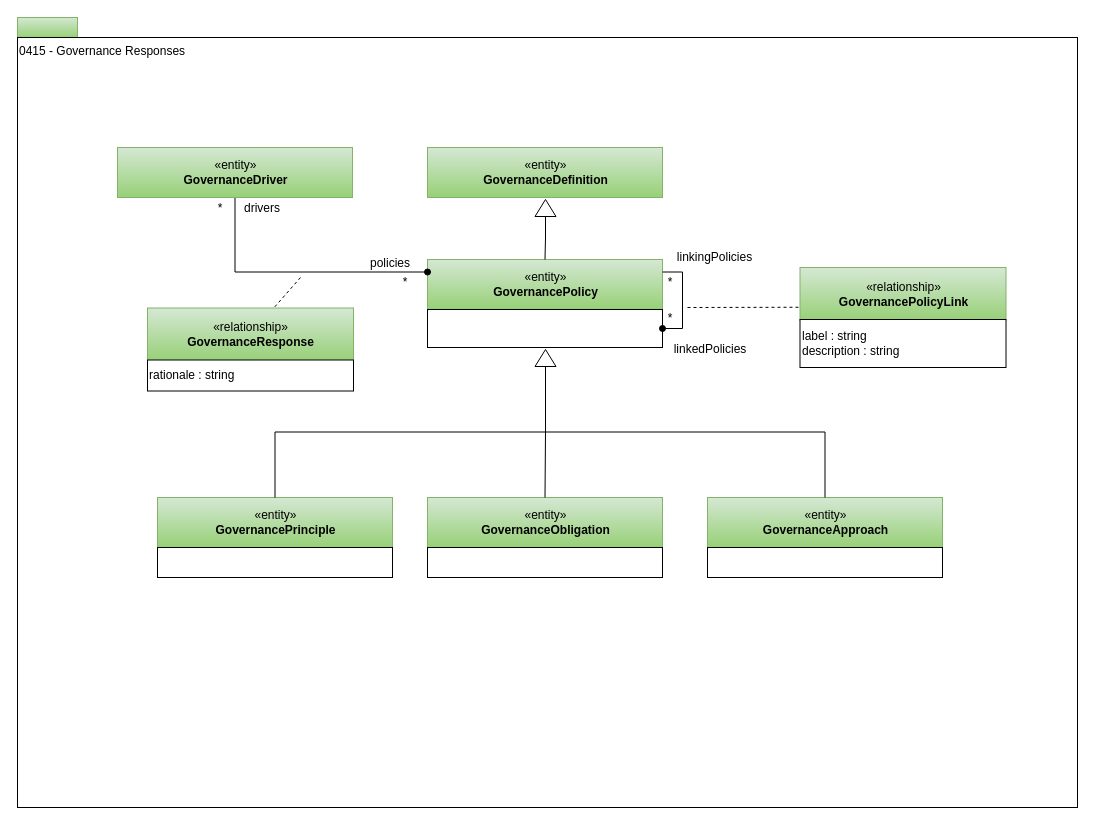
This is page "0415-Governance-Responses" (4 of 31) of site/docs/types/4/area-4-governance.drawio from odpi/egeria-docs, a draw.io file, before an edit. Source tidied: cells renumbered, new cells numbered last; positions are measured from the earlier drawing's top-left corner, leaving out a move shared by most shapes. Both pictures are drawn from the tidied source at 100%, with x=0, y=0 at pixel (17, 17).
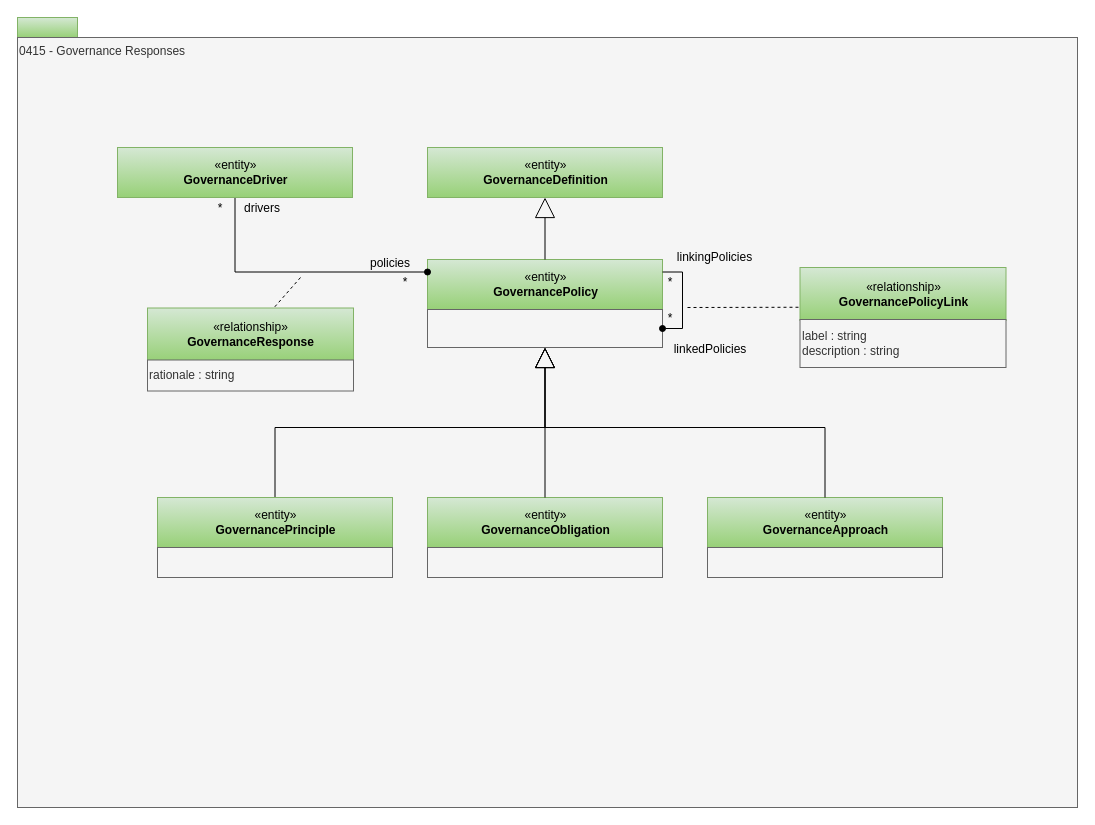
After the change.

Unchanged cells that the change refers to:
```xml
<mxCell id="4" value="«entity»&lt;br&gt;&lt;b&gt;GovernancePolicy&lt;/b&gt;" style="html=1;strokeColor=#82b366;align=center;fillColor=#d5e8d4;gradientColor=#97d077;" parent="1" vertex="1">
  <mxGeometry x="410" y="242" width="235" height="50" as="geometry" />
</mxCell>
<mxCell id="8" value="«entity»&lt;br&gt;&lt;b&gt;GovernancePrinciple&lt;/b&gt;" style="html=1;strokeColor=#82b366;align=center;fillColor=#d5e8d4;gradientColor=#97d077;" parent="1" vertex="1">
  <mxGeometry x="140" y="480" width="235" height="50" as="geometry" />
</mxCell>
<mxCell id="12" value="«entity»&lt;br&gt;&lt;b&gt;GovernanceDefinition&lt;/b&gt;" style="html=1;strokeColor=#82b366;align=center;fillColor=#d5e8d4;gradientColor=#97d077;" parent="1" vertex="1">
  <mxGeometry x="410" y="130" width="235" height="50" as="geometry" />
</mxCell>
<mxCell id="13" value="«entity»&lt;br&gt;&lt;b&gt;GovernanceObligation&lt;/b&gt;" style="html=1;strokeColor=#82b366;align=center;fillColor=#d5e8d4;gradientColor=#97d077;" parent="1" vertex="1">
  <mxGeometry x="410" y="480" width="235" height="50" as="geometry" />
</mxCell>
<mxCell id="16" value="«entity»&lt;br&gt;&lt;b&gt;GovernanceApproach&lt;/b&gt;" style="html=1;strokeColor=#82b366;align=center;fillColor=#d5e8d4;gradientColor=#97d077;" parent="1" vertex="1">
  <mxGeometry x="690" y="480" width="235" height="50" as="geometry" />
</mxCell>
```

Change to the diagram source:
```diff
@@
-    <mxCell id="3" value="0415 - Governance Responses" style="rounded=0;whiteSpace=wrap;html=1;align=left;verticalAlign=top;" parent="1" vertex="1">
+    <mxCell id="3" value="0415 - Governance Responses" style="rounded=0;whiteSpace=wrap;html=1;align=left;verticalAlign=top;fillColor=#f5f5f5;fontColor=#333333;strokeColor=#666666;" parent="1" vertex="1">
       <mxGeometry y="20" width="1060" height="770" as="geometry" />
     </mxCell>
@@
-    <mxCell id="5" style="edgeStyle=orthogonalEdgeStyle;rounded=0;html=1;exitX=0;exitY=0.5;entryX=0.5;entryY=0;jettySize=auto;endArrow=none;endFill=0;" parent="1" edge="1" source="6" target="4">
-      <mxGeometry relative="1" as="geometry" />
-    </mxCell>
-    <mxCell id="6" style="triangle;whiteSpace=wrap;html=1;strokeColor=#000000;gradientColor=#ffffff;align=center;rotation=-90;" parent="1" vertex="1">
-      <mxGeometry x="519.5" y="180" width="17" height="21" as="geometry" />
-    </mxCell>
-    <mxCell id="7" style="rounded=0;whiteSpace=wrap;html=1;strokeColor=#000000;gradientColor=#ffffff;align=left;" parent="1" vertex="1">
+    <mxCell id="7" style="rounded=0;whiteSpace=wrap;html=1;strokeColor=#666666;align=left;fillColor=#f5f5f5;fontColor=#333333;" parent="1" vertex="1">
       <mxGeometry x="410" y="292" width="235" height="38" as="geometry" />
     </mxCell>
+    <mxCell id="36" style="edgeStyle=orthogonalEdgeStyle;rounded=0;jettySize=auto;html=1;exitX=0.5;exitY=0;exitDx=0;exitDy=0;endArrow=block;endFill=0;endSize=18;" parent="1" edge="1" source="8" target="7">
+      <mxGeometry relative="1" as="geometry" />
+    </mxCell>
@@
-    <mxCell id="9" style="edgeStyle=orthogonalEdgeStyle;rounded=0;html=1;exitX=0;exitY=0.5;entryX=0.5;entryY=0;jettySize=auto;endArrow=none;endFill=0;exitDx=0;exitDy=0;" parent="1" edge="1" source="10" target="8">
-      <mxGeometry relative="1" as="geometry" />
-    </mxCell>
-    <mxCell id="10" style="triangle;whiteSpace=wrap;html=1;strokeColor=#000000;gradientColor=#ffffff;align=center;rotation=-90;" parent="1" vertex="1">
-      <mxGeometry x="519.5" y="330" width="17" height="21" as="geometry" />
-    </mxCell>
-    <mxCell id="11" style="rounded=0;whiteSpace=wrap;html=1;strokeColor=#000000;gradientColor=#ffffff;align=left;" parent="1" vertex="1">
+    <mxCell id="11" style="rounded=0;whiteSpace=wrap;html=1;strokeColor=#666666;align=left;fillColor=#f5f5f5;fontColor=#333333;" parent="1" vertex="1">
       <mxGeometry x="140" y="530" width="235" height="30" as="geometry" />
     </mxCell>
@@
-    <mxCell id="14" style="edgeStyle=orthogonalEdgeStyle;rounded=0;html=1;exitX=0;exitY=0.5;entryX=0.5;entryY=0;jettySize=auto;endArrow=none;endFill=0;exitDx=0;exitDy=0;" parent="1" edge="1" source="10" target="13">
-      <mxGeometry relative="1" as="geometry" />
-    </mxCell>
-    <mxCell id="15" style="rounded=0;whiteSpace=wrap;html=1;strokeColor=#000000;gradientColor=#ffffff;align=left;" parent="1" vertex="1">
+    <mxCell id="15" style="rounded=0;whiteSpace=wrap;html=1;strokeColor=#666666;align=left;fillColor=#f5f5f5;fontColor=#333333;" parent="1" vertex="1">
       <mxGeometry x="410" y="530" width="235" height="30" as="geometry" />
     </mxCell>
@@
-    <mxCell id="17" style="edgeStyle=orthogonalEdgeStyle;rounded=0;html=1;exitX=0;exitY=0.5;entryX=0.5;entryY=0;jettySize=auto;endArrow=none;endFill=0;exitDx=0;exitDy=0;" parent="1" edge="1" source="10" target="16">
-      <mxGeometry relative="1" as="geometry" />
-    </mxCell>
-    <mxCell id="18" style="rounded=0;whiteSpace=wrap;html=1;strokeColor=#000000;gradientColor=#ffffff;align=left;" parent="1" vertex="1">
+    <mxCell id="18" style="rounded=0;whiteSpace=wrap;html=1;strokeColor=#666666;align=left;fillColor=#f5f5f5;fontColor=#333333;" parent="1" vertex="1">
       <mxGeometry x="690" y="530" width="235" height="30" as="geometry" />
     </mxCell>
@@
-    <mxCell id="23" value="label : string&lt;div&gt;description : string&lt;/div&gt;" style="rounded=0;whiteSpace=wrap;html=1;strokeColor=#000000;gradientColor=#ffffff;align=left;" parent="1" vertex="1">
+    <mxCell id="23" value="label : string&lt;div&gt;description : string&lt;/div&gt;" style="rounded=0;whiteSpace=wrap;html=1;strokeColor=#666666;align=left;fillColor=#f5f5f5;fontColor=#333333;" parent="1" vertex="1">
       <mxGeometry x="782.5" y="302" width="206" height="48" as="geometry" />
     </mxCell>
@@
-    <mxCell id="31" value="rationale : string" style="rounded=0;whiteSpace=wrap;html=1;strokeColor=#000000;gradientColor=#ffffff;align=left;" parent="1" vertex="1">
+    <mxCell id="31" value="rationale : string" style="rounded=0;whiteSpace=wrap;html=1;strokeColor=#666666;align=left;fillColor=#f5f5f5;fontColor=#333333;" parent="1" vertex="1">
       <mxGeometry x="130" y="342.5" width="206" height="31" as="geometry" />
     </mxCell>
@@
+    <mxCell id="37" style="edgeStyle=orthogonalEdgeStyle;rounded=0;jettySize=auto;html=1;exitX=0.5;exitY=0;exitDx=0;exitDy=0;endArrow=block;endFill=0;endSize=18;" parent="1" edge="1" source="16" target="7">
+      <mxGeometry relative="1" as="geometry" />
+    </mxCell>
+    <mxCell id="38" style="edgeStyle=orthogonalEdgeStyle;rounded=0;jettySize=auto;html=1;endArrow=block;endFill=0;endSize=18;exitX=0.5;exitY=0;exitDx=0;exitDy=0;entryX=0.5;entryY=1;entryDx=0;entryDy=0;" parent="1" edge="1" source="4" target="12">
+      <mxGeometry relative="1" as="geometry" />
+    </mxCell>
+    <mxCell id="39" style="edgeStyle=orthogonalEdgeStyle;rounded=0;jettySize=auto;html=1;exitX=0.5;exitY=0;exitDx=0;exitDy=0;endArrow=block;endFill=0;endSize=18;entryX=0.5;entryY=1;entryDx=0;entryDy=0;" parent="1" edge="1" source="13" target="7">
+      <mxGeometry relative="1" as="geometry" />
+    </mxCell>
```
